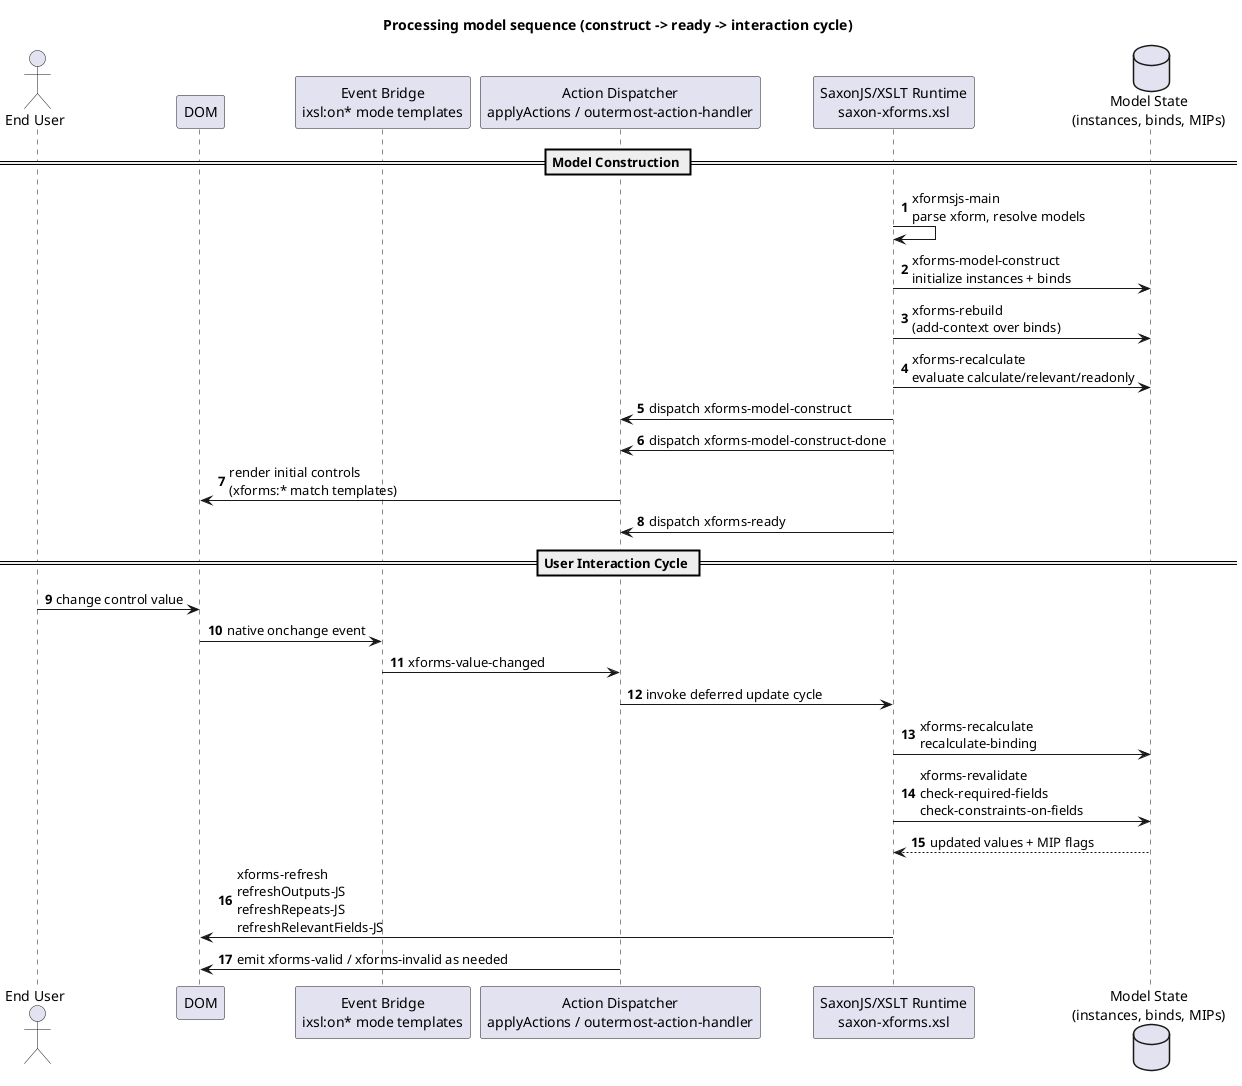
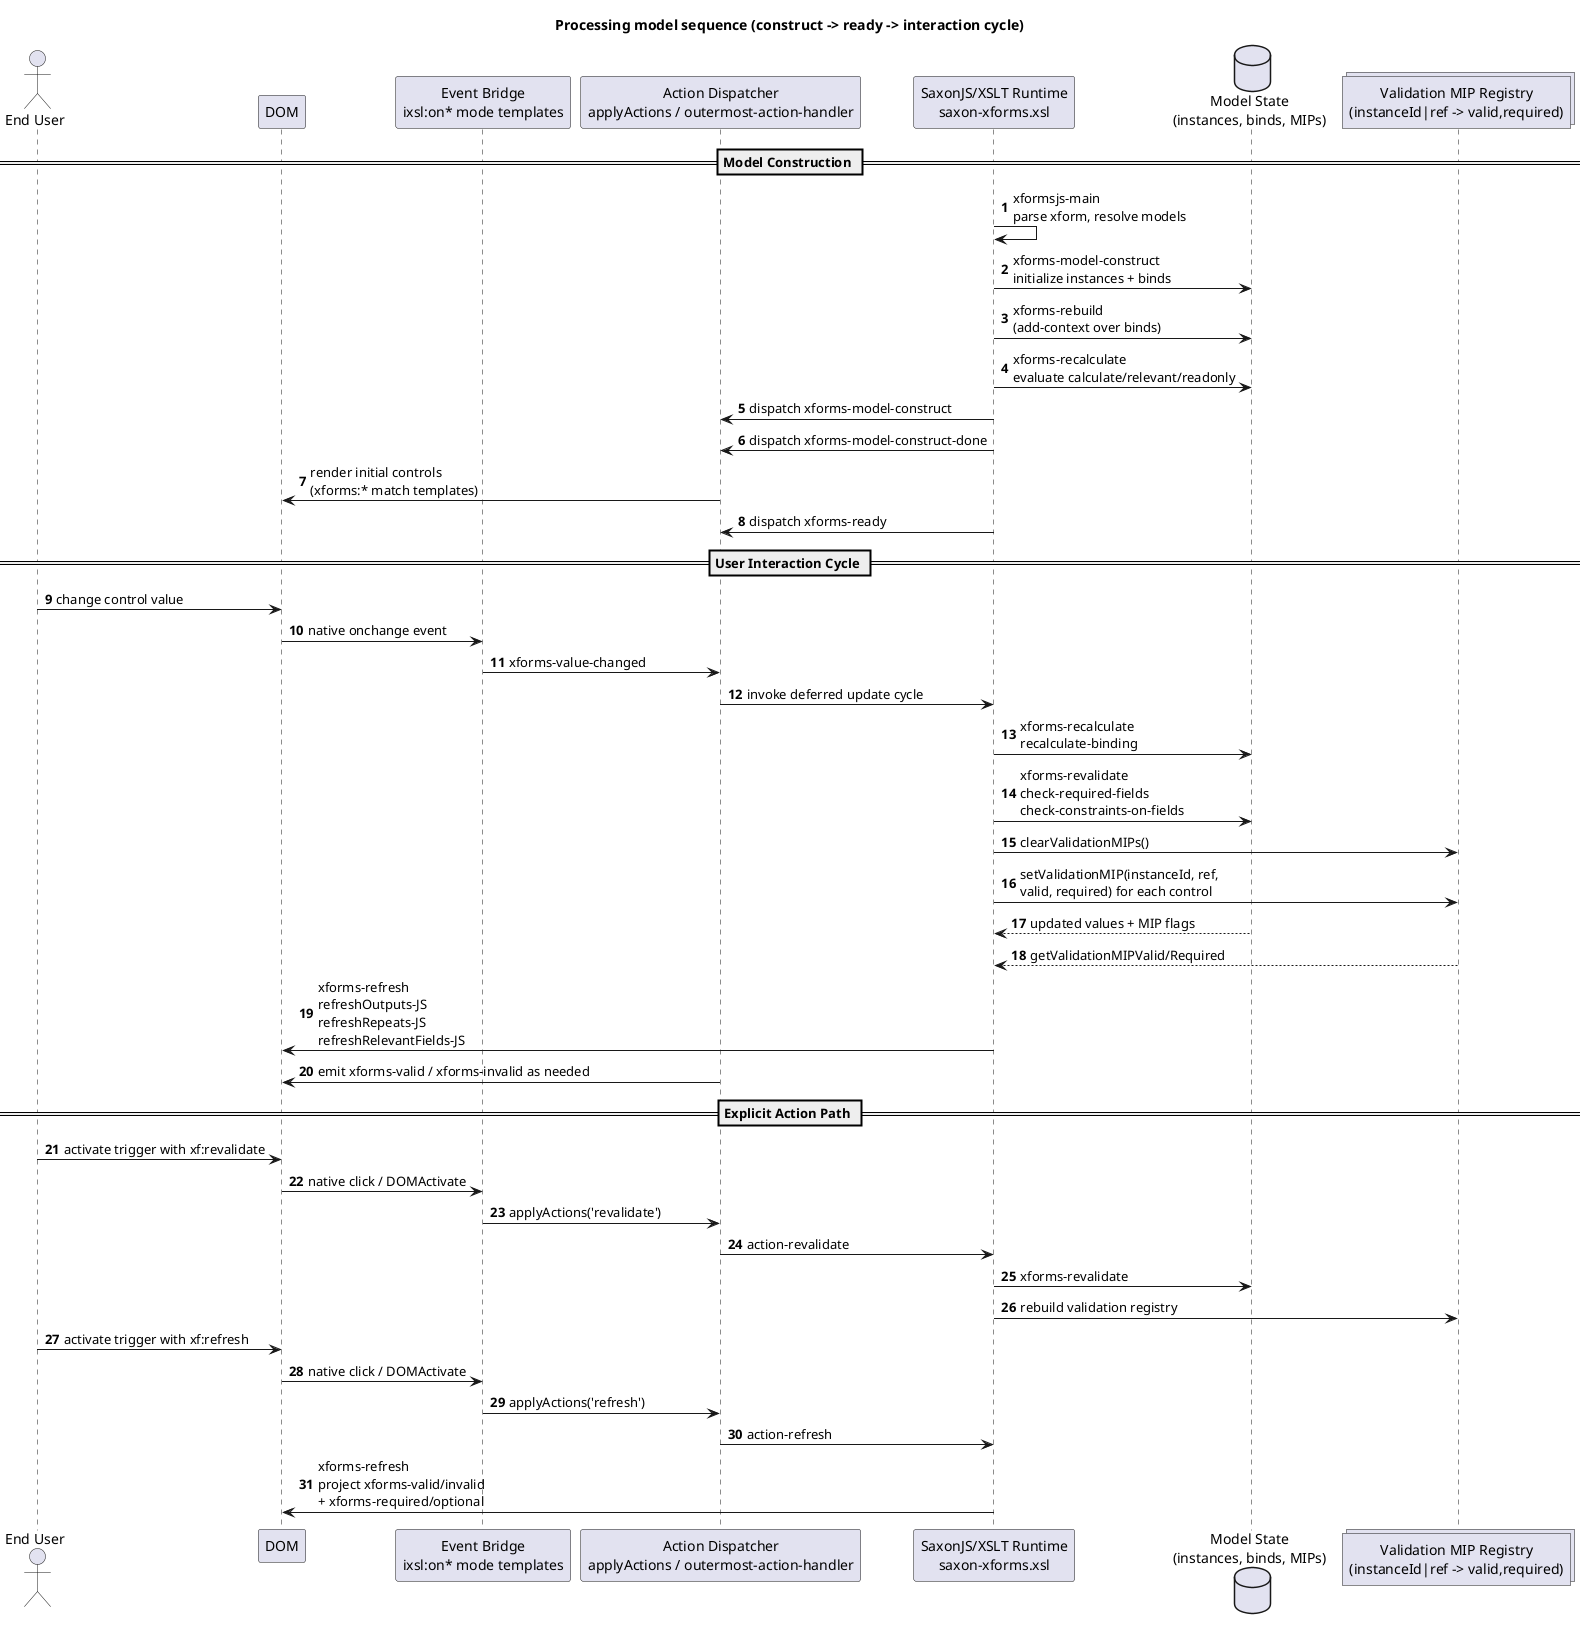
@startuml
title Processing model sequence (construct -> ready -> interaction cycle)
autonumber

actor "End User" as USER
participant "DOM" as DOM
participant "Event Bridge\nixsl:on* mode templates" as BRIDGE
participant "Action Dispatcher\napplyActions / outermost-action-handler" as ACTIONS
participant "SaxonJS/XSLT Runtime\nsaxon-xforms.xsl" as RUNTIME
database "Model State\n(instances, binds, MIPs)" as MODEL
+ collections "Validation MIP Registry\n(instanceId|ref -> valid,required)" as VMIP

== Model Construction ==
RUNTIME -> RUNTIME : xformsjs-main\nparse xform, resolve models
RUNTIME -> MODEL : xforms-model-construct\ninitialize instances + binds
RUNTIME -> MODEL : xforms-rebuild\n(add-context over binds)
RUNTIME -> MODEL : xforms-recalculate\nevaluate calculate/relevant/readonly
RUNTIME -> ACTIONS : dispatch xforms-model-construct
RUNTIME -> ACTIONS : dispatch xforms-model-construct-done
ACTIONS -> DOM : render initial controls\n(xforms:* match templates)
RUNTIME -> ACTIONS : dispatch xforms-ready

== User Interaction Cycle ==
USER -> DOM : change control value
DOM -> BRIDGE : native onchange event
BRIDGE -> ACTIONS : xforms-value-changed
ACTIONS -> RUNTIME : invoke deferred update cycle
RUNTIME -> MODEL : xforms-recalculate\nrecalculate-binding
RUNTIME -> MODEL : xforms-revalidate\ncheck-required-fields\ncheck-constraints-on-fields
+ RUNTIME -> VMIP : clearValidationMIPs()
+ RUNTIME -> VMIP : setValidationMIP(instanceId, ref,\nvalid, required) for each control
MODEL --> RUNTIME : updated values + MIP flags
+ VMIP --> RUNTIME : getValidationMIPValid/Required
RUNTIME -> DOM : xforms-refresh\nrefreshOutputs-JS\nrefreshRepeats-JS\nrefreshRelevantFields-JS
ACTIONS -> DOM : emit xforms-valid / xforms-invalid as needed
+ == Explicit Action Path ==
+ USER -> DOM : activate trigger with xf:revalidate
+ DOM -> BRIDGE : native click / DOMActivate
+ BRIDGE -> ACTIONS : applyActions('revalidate')
+ ACTIONS -> RUNTIME : action-revalidate
+ RUNTIME -> MODEL : xforms-revalidate
+ RUNTIME -> VMIP : rebuild validation registry
+ USER -> DOM : activate trigger with xf:refresh
+ DOM -> BRIDGE : native click / DOMActivate
+ BRIDGE -> ACTIONS : applyActions('refresh')
+ ACTIONS -> RUNTIME : action-refresh
+ RUNTIME -> DOM : xforms-refresh\nproject xforms-valid/invalid\n+ xforms-required/optional
@enduml
